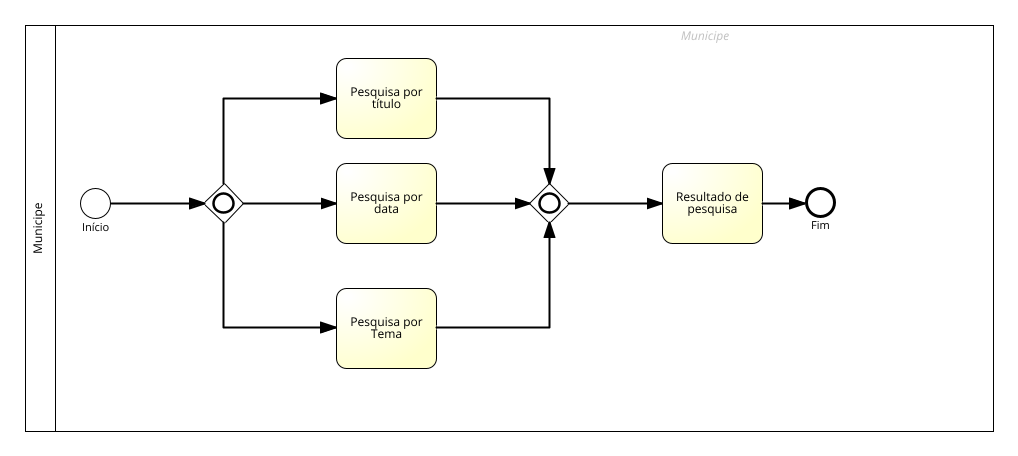
Municip-io-org/Municip.io keeps this BPMN diagram as BPMNs/Biblioteca/Images/RFB3.png. Above is the earlier version. Its source is kept beside it as BPMNs/Biblioteca/RFB3.bpmn. Ids are renumbered.
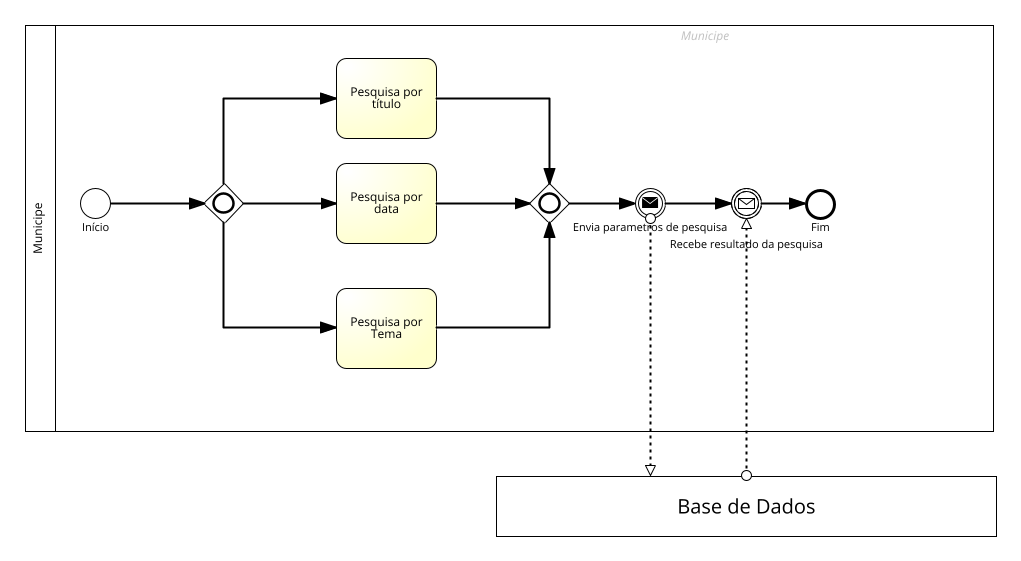
The same file after the commit.

Diff of the diagram source:
```diff
@@ -1,3 +1,3 @@
-<?xml version="1.0" encoding="UTF-8"?><definitions xmlns="http://www.omg.org/spec/BPMN/20100524/MODEL" xmlns:bpmndi="http://www.omg.org/spec/BPMN/20100524/DI" xmlns:omgdc="http://www.omg.org/spec/DD/20100524/DC" xmlns:omgdi="http://www.omg.org/spec/DD/20100524/DI" xmlns:signavio="http://www.signavio.com" xmlns:xsi="http://www.w3.org/2001/XMLSchema-instance" exporter="Signavio Process Editor, http://www.signavio.com" exporterVersion="17.8.2" expressionLanguage="http://www.w3.org/TR/XPath" id="sid-01f83fcd-2674-4302-8e26-ab4bb657c337" targetNamespace="http://www.signavio.com" typeLanguage="http://www.w3.org/2001/XMLSchema" xsi:schemaLocation="http://www.omg.org/spec/BPMN/20100524/MODEL http://www.omg.org/spec/BPMN/2.0/20100501/BPMN20.xsd">
-   <collaboration id="sid-bb515988-147d-4ee6-9f11-72d6b96b177f">
+<?xml version="1.0" encoding="UTF-8"?><definitions xmlns="http://www.omg.org/spec/BPMN/20100524/MODEL" xmlns:bpmndi="http://www.omg.org/spec/BPMN/20100524/DI" xmlns:omgdc="http://www.omg.org/spec/DD/20100524/DC" xmlns:omgdi="http://www.omg.org/spec/DD/20100524/DI" xmlns:signavio="http://www.signavio.com" xmlns:xsi="http://www.w3.org/2001/XMLSchema-instance" exporter="Signavio Process Editor, http://www.signavio.com" exporterVersion="17.9.0" expressionLanguage="http://www.w3.org/TR/XPath" id="sid-01f83fcd-2674-4302-8e26-ab4bb657c337" targetNamespace="http://www.signavio.com" typeLanguage="http://www.w3.org/2001/XMLSchema" xsi:schemaLocation="http://www.omg.org/spec/BPMN/20100524/MODEL http://www.omg.org/spec/BPMN/2.0/20100501/BPMN20.xsd">
+   <collaboration id="sid-888ab171-09ce-4260-868a-5a3c7c3bbf64">
       <extensionElements>
@@ -7,3 +7,3 @@
          <signavio:signavioDiagramMetaData metaKey="meta-processowner" metaValue=""/>
-         <signavio:signavioDiagramMetaData metaKey="revisionid" metaValue="842a90fecaa443dda43a1ae1a97a015f"/>
+         <signavio:signavioDiagramMetaData metaKey="revisionid" metaValue="382aa9864bb840d2a668f136ed9f3445"/>
       </extensionElements>
@@ -15,2 +15,18 @@
       </participant>
+      <participant id="sid-139743F6-FF0A-40DA-AC26-042D7D1350D7" name="Base de Dados">
+         <extensionElements>
+            <signavio:signavioMetaData metaKey="bgcolor" metaValue="#ffffff"/>
+            <signavio:signavioMetaData metaKey="bordercolor" metaValue="#000000"/>
+         </extensionElements>
+      </participant>
+      <messageFlow id="sid-262B564C-8092-4297-BD7A-C1EA9416AEDD" name="" sourceRef="sid-139743F6-FF0A-40DA-AC26-042D7D1350D7" targetRef="sid-AF5187FC-FD9A-4846-9DA9-50792CB31BCB">
+         <extensionElements>
+            <signavio:signavioMetaData metaKey="bordercolor" metaValue="#000000"/>
+         </extensionElements>
+      </messageFlow>
+      <messageFlow id="sid-5293F137-BF48-4A41-A876-E9F5D19D0E4F" name="" sourceRef="sid-D005AD4B-2417-4BEE-BF26-1649C2CC1AAE" targetRef="sid-139743F6-FF0A-40DA-AC26-042D7D1350D7">
+         <extensionElements>
+            <signavio:signavioMetaData metaKey="bordercolor" metaValue="#000000"/>
+         </extensionElements>
+      </messageFlow>
    </collaboration>
@@ -18,3 +34,3 @@
       <extensionElements/>
-      <laneSet id="sid-4bb1fc20-d34c-4b91-97a5-cc86a254e856">
+      <laneSet id="sid-9cf78a34-a01e-438e-9044-b7efa4152bb0">
          <lane id="sid-79DD7C98-50C3-4895-9772-B63C937034C0">
@@ -30,7 +46,8 @@
             <flowNodeRef>sid-19B3CEBF-D790-428A-8419-2B91B081E06C</flowNodeRef>
-            <flowNodeRef>sid-438A6A5C-FA7B-4CD7-94CA-E1178056D08B</flowNodeRef>
             <flowNodeRef>sid-E5273A33-800C-478E-873C-D3FE1E12A9DE</flowNodeRef>
+            <flowNodeRef>sid-D005AD4B-2417-4BEE-BF26-1649C2CC1AAE</flowNodeRef>
+            <flowNodeRef>sid-AF5187FC-FD9A-4846-9DA9-50792CB31BCB</flowNodeRef>
          </lane>
       </laneSet>
-      <startEvent id="sid-23EBDCE2-E564-4694-91C2-CC2B1669CE4A" name="Início">
+      <startEvent id="sid-23EBDCE2-E564-4694-91C2-CC2B1669CE4A" isInterrupting="true" name="Início">
          <extensionElements>
@@ -99,17 +116,4 @@
          <incoming>sid-5361D20E-1E65-4542-81BD-E53940BA877E</incoming>
-         <outgoing>sid-0FA5DB7C-0077-4195-B608-50C82D9CA881</outgoing>
+         <outgoing>sid-7EB7637E-715E-4A77-8B98-5AA990221FB6</outgoing>
       </inclusiveGateway>
-      <task completionQuantity="1" id="sid-438A6A5C-FA7B-4CD7-94CA-E1178056D08B" isForCompensation="false" name="Resultado de pesquisa" startQuantity="1">
-         <extensionElements>
-            <signavio:signavioMetaData metaKey="bgcolor" metaValue="#ffffcc"/>
-            <signavio:signavioMetaData metaKey="bordercolor" metaValue="#000000"/>
-            <signavio:signavioMetaData metaKey="erteiltfreigabe" metaValue=""/>
-            <signavio:signavioMetaData metaKey="meta-risks" metaValue=""/>
-            <signavio:signavioMetaData metaKey="wirdkonsultiert" metaValue="[]"/>
-            <signavio:signavioMetaData metaKey="externaldocuments" metaValue="[]"/>
-            <signavio:signavioMetaData metaKey="wirdinformiert" metaValue="[]"/>
-         </extensionElements>
-         <incoming>sid-0FA5DB7C-0077-4195-B608-50C82D9CA881</incoming>
-         <outgoing>sid-0D145FD2-D214-4F6E-BE72-48A9807ECAAA</outgoing>
-      </task>
       <endEvent id="sid-E5273A33-800C-478E-873C-D3FE1E12A9DE" name="Fim">
@@ -120,5 +124,24 @@
          </extensionElements>
-         <incoming>sid-0D145FD2-D214-4F6E-BE72-48A9807ECAAA</incoming>
+         <incoming>sid-98687E42-7CE0-4691-B3F6-98CF32852AAC</incoming>
       </endEvent>
-      <sequenceFlow id="sid-EF8B95B1-B9A8-4F93-80D3-DA0B937FC3F4" name="" sourceRef="sid-23EBDCE2-E564-4694-91C2-CC2B1669CE4A" targetRef="sid-52175AD0-2CDB-4987-857C-CE906236E6E3">
+      <intermediateThrowEvent id="sid-D005AD4B-2417-4BEE-BF26-1649C2CC1AAE" name="Envia parametros de pesquisa">
+         <extensionElements>
+            <signavio:signavioMetaData metaKey="bgcolor" metaValue="#ffffff"/>
+            <signavio:signavioMetaData metaKey="bordercolor" metaValue="#000000"/>
+         </extensionElements>
+         <incoming>sid-7EB7637E-715E-4A77-8B98-5AA990221FB6</incoming>
+         <outgoing>sid-081351AA-0954-40BD-862E-0999AEF655B1</outgoing>
+         <messageEventDefinition id="sid-032b3f34-fd26-43a3-acf7-8a08291a230d"/>
+      </intermediateThrowEvent>
+      <intermediateCatchEvent id="sid-AF5187FC-FD9A-4846-9DA9-50792CB31BCB" name="Recebe resultado da pesquisa">
+         <extensionElements>
+            <signavio:signavioMetaData metaKey="bgcolor" metaValue="#ffffff"/>
+            <signavio:signavioMetaData metaKey="bordercolor" metaValue="#000000"/>
+            <signavio:signavioLabel ref="text_name" valign="middle" x="15.0" y="56.0"/>
+         </extensionElements>
+         <incoming>sid-081351AA-0954-40BD-862E-0999AEF655B1</incoming>
+         <outgoing>sid-98687E42-7CE0-4691-B3F6-98CF32852AAC</outgoing>
+         <messageEventDefinition id="sid-b467c082-1ae4-4ac2-ab96-98da0c6f094f"/>
+      </intermediateCatchEvent>
+      <sequenceFlow id="sid-EF8B95B1-B9A8-4F93-80D3-DA0B937FC3F4" isImmediate="true" name="" sourceRef="sid-23EBDCE2-E564-4694-91C2-CC2B1669CE4A" targetRef="sid-52175AD0-2CDB-4987-857C-CE906236E6E3">
          <extensionElements>
@@ -127,3 +150,3 @@
       </sequenceFlow>
-      <sequenceFlow id="sid-55006908-8849-4686-9995-6B737DA9CBF8" name="" sourceRef="sid-52175AD0-2CDB-4987-857C-CE906236E6E3" targetRef="sid-5FBA6143-CCF8-49A1-B095-9711C110CF6E">
+      <sequenceFlow id="sid-55006908-8849-4686-9995-6B737DA9CBF8" isImmediate="true" name="" sourceRef="sid-52175AD0-2CDB-4987-857C-CE906236E6E3" targetRef="sid-5FBA6143-CCF8-49A1-B095-9711C110CF6E">
          <extensionElements>
@@ -132,3 +155,3 @@
       </sequenceFlow>
-      <sequenceFlow id="sid-75D24465-E25D-4869-9665-28081515B4BB" name="" sourceRef="sid-52175AD0-2CDB-4987-857C-CE906236E6E3" targetRef="sid-FEF6FCA2-50D6-40E6-A160-61CBD7EB9184">
+      <sequenceFlow id="sid-75D24465-E25D-4869-9665-28081515B4BB" isImmediate="true" name="" sourceRef="sid-52175AD0-2CDB-4987-857C-CE906236E6E3" targetRef="sid-FEF6FCA2-50D6-40E6-A160-61CBD7EB9184">
          <extensionElements>
@@ -137,3 +160,3 @@
       </sequenceFlow>
-      <sequenceFlow id="sid-8C60B09A-BC9E-43FE-AC3A-350A942EEF8E" name="" sourceRef="sid-52175AD0-2CDB-4987-857C-CE906236E6E3" targetRef="sid-803F067C-03AC-4BF0-A2C5-149737830F3D">
+      <sequenceFlow id="sid-8C60B09A-BC9E-43FE-AC3A-350A942EEF8E" isImmediate="true" name="" sourceRef="sid-52175AD0-2CDB-4987-857C-CE906236E6E3" targetRef="sid-803F067C-03AC-4BF0-A2C5-149737830F3D">
          <extensionElements>
@@ -142,3 +165,3 @@
       </sequenceFlow>
-      <sequenceFlow id="sid-97B83CDE-CBB9-4BD9-B744-378B5C880B12" name="" sourceRef="sid-FEF6FCA2-50D6-40E6-A160-61CBD7EB9184" targetRef="sid-19B3CEBF-D790-428A-8419-2B91B081E06C">
+      <sequenceFlow id="sid-97B83CDE-CBB9-4BD9-B744-378B5C880B12" isImmediate="true" name="" sourceRef="sid-FEF6FCA2-50D6-40E6-A160-61CBD7EB9184" targetRef="sid-19B3CEBF-D790-428A-8419-2B91B081E06C">
          <extensionElements>
@@ -147,3 +170,3 @@
       </sequenceFlow>
-      <sequenceFlow id="sid-7E8379F4-1B25-47B1-A117-7E0C5DF4F6AD" name="" sourceRef="sid-5FBA6143-CCF8-49A1-B095-9711C110CF6E" targetRef="sid-19B3CEBF-D790-428A-8419-2B91B081E06C">
+      <sequenceFlow id="sid-7E8379F4-1B25-47B1-A117-7E0C5DF4F6AD" isImmediate="true" name="" sourceRef="sid-5FBA6143-CCF8-49A1-B095-9711C110CF6E" targetRef="sid-19B3CEBF-D790-428A-8419-2B91B081E06C">
          <extensionElements>
@@ -152,3 +175,3 @@
       </sequenceFlow>
-      <sequenceFlow id="sid-5361D20E-1E65-4542-81BD-E53940BA877E" name="" sourceRef="sid-803F067C-03AC-4BF0-A2C5-149737830F3D" targetRef="sid-19B3CEBF-D790-428A-8419-2B91B081E06C">
+      <sequenceFlow id="sid-5361D20E-1E65-4542-81BD-E53940BA877E" isImmediate="true" name="" sourceRef="sid-803F067C-03AC-4BF0-A2C5-149737830F3D" targetRef="sid-19B3CEBF-D790-428A-8419-2B91B081E06C">
          <extensionElements>
@@ -157,3 +180,3 @@
       </sequenceFlow>
-      <sequenceFlow id="sid-0FA5DB7C-0077-4195-B608-50C82D9CA881" name="" sourceRef="sid-19B3CEBF-D790-428A-8419-2B91B081E06C" targetRef="sid-438A6A5C-FA7B-4CD7-94CA-E1178056D08B">
+      <sequenceFlow id="sid-7EB7637E-715E-4A77-8B98-5AA990221FB6" name="" sourceRef="sid-19B3CEBF-D790-428A-8419-2B91B081E06C" targetRef="sid-D005AD4B-2417-4BEE-BF26-1649C2CC1AAE">
          <extensionElements>
@@ -162,3 +185,8 @@
       </sequenceFlow>
-      <sequenceFlow id="sid-0D145FD2-D214-4F6E-BE72-48A9807ECAAA" name="" sourceRef="sid-438A6A5C-FA7B-4CD7-94CA-E1178056D08B" targetRef="sid-E5273A33-800C-478E-873C-D3FE1E12A9DE">
+      <sequenceFlow id="sid-081351AA-0954-40BD-862E-0999AEF655B1" name="" sourceRef="sid-D005AD4B-2417-4BEE-BF26-1649C2CC1AAE" targetRef="sid-AF5187FC-FD9A-4846-9DA9-50792CB31BCB">
+         <extensionElements>
+            <signavio:signavioMetaData metaKey="bordercolor" metaValue="#000000"/>
+         </extensionElements>
+      </sequenceFlow>
+      <sequenceFlow id="sid-98687E42-7CE0-4691-B3F6-98CF32852AAC" name="" sourceRef="sid-AF5187FC-FD9A-4846-9DA9-50792CB31BCB" targetRef="sid-E5273A33-800C-478E-873C-D3FE1E12A9DE">
          <extensionElements>
@@ -168,8 +196,14 @@
    </process>
-   <bpmndi:BPMNDiagram id="sid-97a6ed1d-651a-456c-85ad-ad8da8c401a4">
-      <bpmndi:BPMNPlane bpmnElement="sid-bb515988-147d-4ee6-9f11-72d6b96b177f" id="sid-76560875-60fa-4b43-a558-221aadb09316">
+   <bpmndi:BPMNDiagram id="sid-c1f82f19-08e5-4027-8ed3-1cf8dcdea004">
+      <bpmndi:BPMNPlane bpmnElement="sid-888ab171-09ce-4260-868a-5a3c7c3bbf64" id="sid-f0b0135b-d275-4af5-ad7f-c271a154693a">
          <bpmndi:BPMNShape bpmnElement="sid-01CED57F-482C-4C88-99BA-8DB8F8902F24" id="sid-01CED57F-482C-4C88-99BA-8DB8F8902F24_gui" isHorizontal="true">
             <omgdc:Bounds height="406.4580133353584" width="968.0387464839753" x="354.2673101344887" y="322.06119583043915"/>
-            <bpmndi:BPMNLabel labelStyle="sid-dc72417b-6e08-4e9c-9d6d-c2601205acb0">
+            <bpmndi:BPMNLabel labelStyle="sid-2aae1583-ab65-480a-8b23-223b628f52ef">
                <omgdc:Bounds height="45.514286041259766" width="12.0" x="359.2673073730595" y="502.53305947748845"/>
+            </bpmndi:BPMNLabel>
+         </bpmndi:BPMNShape>
+         <bpmndi:BPMNShape bpmnElement="sid-139743F6-FF0A-40DA-AC26-042D7D1350D7" id="sid-139743F6-FF0A-40DA-AC26-042D7D1350D7_gui" isHorizontal="true">
+            <omgdc:Bounds height="60.0" width="500.0" x="825.6392630368509" y="773.5192091657975"/>
+            <bpmndi:BPMNLabel labelStyle="sid-2aae1583-ab65-480a-8b23-223b628f52ef">
+               <omgdc:Bounds height="20.0" width="136.28570556640625" x="1007.4964102536478" y="790.5192091657975"/>
             </bpmndi:BPMNLabel>
@@ -181,3 +215,3 @@
             <omgdc:Bounds height="30.0" width="30.0" x="409.83606320437514" y="485.0611886024642"/>
-            <bpmndi:BPMNLabel labelStyle="sid-2fa0d2e5-d187-40e9-a731-f915abdceb5c">
+            <bpmndi:BPMNLabel labelStyle="sid-3dd5dc6a-3202-4156-8877-e5860024e717">
                <omgdc:Bounds height="11.0" width="29.700000762939453" x="409.9860628229054" y="517.0611886024642"/>
@@ -190,3 +224,3 @@
             <omgdc:Bounds height="80.0" width="100.0" x="665.7376912067355" y="355.06118338614607"/>
-            <bpmndi:BPMNLabel labelStyle="sid-dc72417b-6e08-4e9c-9d6d-c2601205acb0">
+            <bpmndi:BPMNLabel labelStyle="sid-2aae1583-ab65-480a-8b23-223b628f52ef">
                <omgdc:Bounds height="24.0" width="69.42857360839844" x="681.0234044025362" y="381.06118338614607"/>
@@ -195,4 +229,4 @@
          <bpmndi:BPMNShape bpmnElement="sid-FEF6FCA2-50D6-40E6-A160-61CBD7EB9184" id="sid-FEF6FCA2-50D6-40E6-A160-61CBD7EB9184_gui">
-            <omgdc:Bounds height="80.0" width="100.0" x="665.737681286471" y="460.06118174701834"/>
-            <bpmndi:BPMNLabel labelStyle="sid-dc72417b-6e08-4e9c-9d6d-c2601205acb0">
+            <omgdc:Bounds height="79.99999999999994" width="100.0" x="665.737681286471" y="460.06118174701834"/>
+            <bpmndi:BPMNLabel labelStyle="sid-2aae1583-ab65-480a-8b23-223b628f52ef">
                <omgdc:Bounds height="24.0" width="69.42857360839844" x="681.0233944822718" y="486.06118174701834"/>
@@ -202,3 +236,3 @@
             <omgdc:Bounds height="80.0" width="100.0" x="665.737681286471" y="585.0611730289274"/>
-            <bpmndi:BPMNLabel labelStyle="sid-dc72417b-6e08-4e9c-9d6d-c2601205acb0">
+            <bpmndi:BPMNLabel labelStyle="sid-2aae1583-ab65-480a-8b23-223b628f52ef">
                <omgdc:Bounds height="24.0" width="69.42857360839844" x="681.0233944822718" y="611.0611730289274"/>
@@ -207,14 +241,20 @@
          <bpmndi:BPMNShape bpmnElement="sid-19B3CEBF-D790-428A-8419-2B91B081E06C" id="sid-19B3CEBF-D790-428A-8419-2B91B081E06C_gui">
-            <omgdc:Bounds height="40.0" width="39.99999999999994" x="858.6884874523278" y="480.0611815235009"/>
+            <omgdc:Bounds height="40.0" width="39.99999999999994" x="858.6884874523278" y="480.06118152350086"/>
          </bpmndi:BPMNShape>
-         <bpmndi:BPMNShape bpmnElement="sid-438A6A5C-FA7B-4CD7-94CA-E1178056D08B" id="sid-438A6A5C-FA7B-4CD7-94CA-E1178056D08B_gui">
-            <omgdc:Bounds height="80.0" width="100.0" x="991.6392788416076" y="460.06118182152414"/>
-            <bpmndi:BPMNLabel labelStyle="sid-dc72417b-6e08-4e9c-9d6d-c2601205acb0">
-               <omgdc:Bounds height="24.0" width="70.97142791748047" x="1006.1535648828674" y="486.06118182152414"/>
+         <bpmndi:BPMNShape bpmnElement="sid-E5273A33-800C-478E-873C-D3FE1E12A9DE" id="sid-E5273A33-800C-478E-873C-D3FE1E12A9DE_gui">
+            <omgdc:Bounds height="26.0" width="26.0" x="1135.6392788416076" y="487.06118141919285"/>
+            <bpmndi:BPMNLabel labelStyle="sid-3dd5dc6a-3202-4156-8877-e5860024e717">
+               <omgdc:Bounds height="11.0" width="16.97142791748047" x="1141.1535648828674" y="517.0611814191928"/>
             </bpmndi:BPMNLabel>
          </bpmndi:BPMNShape>
-         <bpmndi:BPMNShape bpmnElement="sid-E5273A33-800C-478E-873C-D3FE1E12A9DE" id="sid-E5273A33-800C-478E-873C-D3FE1E12A9DE_gui">
-            <omgdc:Bounds height="28.0" width="28.0" x="1136.6392788416076" y="486.06118182152414"/>
-            <bpmndi:BPMNLabel labelStyle="sid-2fa0d2e5-d187-40e9-a731-f915abdceb5c">
-               <omgdc:Bounds height="11.0" width="16.97142791748047" x="1142.1535648828674" y="516.0611818215241"/>
+         <bpmndi:BPMNShape bpmnElement="sid-D005AD4B-2417-4BEE-BF26-1649C2CC1AAE" id="sid-D005AD4B-2417-4BEE-BF26-1649C2CC1AAE_gui">
+            <omgdc:Bounds height="30.0" width="30.0" x="964.3277504891787" y="485.06117429552614"/>
+            <bpmndi:BPMNLabel labelStyle="sid-3dd5dc6a-3202-4156-8877-e5860024e717">
+               <omgdc:Bounds height="11.0" width="149.91429138183594" x="904.3706047982607" y="517.0611742955261"/>
+            </bpmndi:BPMNLabel>
+         </bpmndi:BPMNShape>
+         <bpmndi:BPMNShape bpmnElement="sid-AF5187FC-FD9A-4846-9DA9-50792CB31BCB" id="sid-AF5187FC-FD9A-4846-9DA9-50792CB31BCB_gui">
+            <omgdc:Bounds height="30.0" width="30.0" x="1060.639263036851" y="485.06117429552614"/>
+            <bpmndi:BPMNLabel labelStyle="sid-3dd5dc6a-3202-4156-8877-e5860024e717">
+               <omgdc:Bounds height="11.0" width="148.5" x="1001.3892630368509" y="534.0611742955261"/>
             </bpmndi:BPMNLabel>
@@ -222,8 +262,8 @@
          <bpmndi:BPMNEdge bpmnElement="sid-EF8B95B1-B9A8-4F93-80D3-DA0B937FC3F4" id="sid-EF8B95B1-B9A8-4F93-80D3-DA0B937FC3F4_gui">
-            <omgdi:waypoint x="439.83606320437514" y="500.11957671690544"/>
-            <omgdi:waypoint x="532.7868821656876" y="500.4813915872336"/>
+            <omgdi:waypoint x="439.83606320437514" y="500.0611886111987"/>
+            <omgdi:waypoint x="532.7868821656876" y="500.061188665324"/>
          </bpmndi:BPMNEdge>
          <bpmndi:BPMNEdge bpmnElement="sid-55006908-8849-4686-9995-6B737DA9CBF8" id="sid-55006908-8849-4686-9995-6B737DA9CBF8_gui">
-            <omgdi:waypoint x="553.2868821656876" y="480.06118867697"/>
-            <omgdi:waypoint x="553.2868821656876" y="395.06118338614607"/>
+            <omgdi:waypoint x="552.7868821656876" y="480.06118867697"/>
+            <omgdi:waypoint x="552.7868821656876" y="395.06118338614607"/>
             <omgdi:waypoint x="665.7376912067355" y="395.06118338614607"/>
@@ -231,3 +271,3 @@
          <bpmndi:BPMNEdge bpmnElement="sid-75D24465-E25D-4869-9665-28081515B4BB" id="sid-75D24465-E25D-4869-9665-28081515B4BB_gui">
-            <omgdi:waypoint x="572.7868821656876" y="500.50116967314347"/>
+            <omgdi:waypoint x="572.7868821656876" y="500.08843734680727"/>
             <omgdi:waypoint x="665.737681286471" y="500.2150766286249"/>
@@ -235,4 +275,4 @@
          <bpmndi:BPMNEdge bpmnElement="sid-8C60B09A-BC9E-43FE-AC3A-350A942EEF8E" id="sid-8C60B09A-BC9E-43FE-AC3A-350A942EEF8E_gui">
-            <omgdi:waypoint x="553.2868821656876" y="520.06118867697"/>
-            <omgdi:waypoint x="553.2868821656876" y="625.0611730289274"/>
+            <omgdi:waypoint x="552.7868821656876" y="520.06118867697"/>
+            <omgdi:waypoint x="552.7868821656876" y="625.0611730289274"/>
             <omgdi:waypoint x="665.737681286471" y="625.0611730289274"/>
@@ -241,3 +281,3 @@
             <omgdi:waypoint x="765.737681286471" y="500.21413289734033"/>
-            <omgdi:waypoint x="858.6884874523278" y="500.4984715518689"/>
+            <omgdi:waypoint x="858.6884874523278" y="500.0882643534569"/>
          </bpmndi:BPMNEdge>
@@ -245,4 +285,4 @@
             <omgdi:waypoint x="765.7376912067355" y="395.06118338614607"/>
-            <omgdi:waypoint x="879.1884874523278" y="395.06118338614607"/>
-            <omgdi:waypoint x="879.1884874523278" y="480.0611815235009"/>
+            <omgdi:waypoint x="878.6884874523278" y="395.06118338614607"/>
+            <omgdi:waypoint x="878.6884874523278" y="480.06118152350086"/>
          </bpmndi:BPMNEdge>
@@ -250,18 +290,30 @@
             <omgdi:waypoint x="765.737681286471" y="625.0611730289274"/>
-            <omgdi:waypoint x="879.1884874523278" y="625.0611730289274"/>
-            <omgdi:waypoint x="879.1884874523278" y="520.0611815235009"/>
+            <omgdi:waypoint x="878.6884874523278" y="625.0611730289274"/>
+            <omgdi:waypoint x="878.6884874523278" y="520.0611815235009"/>
          </bpmndi:BPMNEdge>
-         <bpmndi:BPMNEdge bpmnElement="sid-0FA5DB7C-0077-4195-B608-50C82D9CA881" id="sid-0FA5DB7C-0077-4195-B608-50C82D9CA881_gui">
-            <omgdi:waypoint x="898.6884874523278" y="500.50116338443763"/>
-            <omgdi:waypoint x="991.6392788416076" y="500.21507448578905"/>
+         <bpmndi:BPMNEdge bpmnElement="sid-7EB7637E-715E-4A77-8B98-5AA990221FB6" id="sid-7EB7637E-715E-4A77-8B98-5AA990221FB6_gui">
+            <omgdi:waypoint x="898.6884874523278" y="500.46381570863645"/>
+            <omgdi:waypoint x="964.3277504891787" y="500.1360710761911"/>
          </bpmndi:BPMNEdge>
-         <bpmndi:BPMNEdge bpmnElement="sid-0D145FD2-D214-4F6E-BE72-48A9807ECAAA" id="sid-0D145FD2-D214-4F6E-BE72-48A9807ECAAA_gui">
-            <omgdi:waypoint x="1091.6392788416076" y="500.06118182152414"/>
-            <omgdi:waypoint x="1136.6392788416076" y="500.06118182152414"/>
+         <bpmndi:BPMNEdge bpmnElement="sid-081351AA-0954-40BD-862E-0999AEF655B1" id="sid-081351AA-0954-40BD-862E-0999AEF655B1_gui">
+            <omgdi:waypoint x="994.3277504891787" y="500.06117429552614"/>
+            <omgdi:waypoint x="1060.639263036851" y="500.06117429552614"/>
+         </bpmndi:BPMNEdge>
+         <bpmndi:BPMNEdge bpmnElement="sid-98687E42-7CE0-4691-B3F6-98CF32852AAC" id="sid-98687E42-7CE0-4691-B3F6-98CF32852AAC_gui">
+            <omgdi:waypoint x="1090.639263036851" y="500.06117575929295"/>
+            <omgdi:waypoint x="1135.6392788416076" y="500.06118015059496"/>
+         </bpmndi:BPMNEdge>
+         <bpmndi:BPMNEdge bpmnElement="sid-262B564C-8092-4297-BD7A-C1EA9416AEDD" id="sid-262B564C-8092-4297-BD7A-C1EA9416AEDD_gui">
+            <omgdi:waypoint x="1075.639263036851" y="773.5192091657975"/>
+            <omgdi:waypoint x="1075.639263036851" y="515.0611742955261"/>
+         </bpmndi:BPMNEdge>
+         <bpmndi:BPMNEdge bpmnElement="sid-5293F137-BF48-4A41-A876-E9F5D19D0E4F" id="sid-5293F137-BF48-4A41-A876-E9F5D19D0E4F_gui">
+            <omgdi:waypoint x="979.3277504891787" y="515.0611742955261"/>
+            <omgdi:waypoint x="979.3277504891787" y="773.5192091657975"/>
          </bpmndi:BPMNEdge>
       </bpmndi:BPMNPlane>
-      <bpmndi:BPMNLabelStyle id="sid-2fa0d2e5-d187-40e9-a731-f915abdceb5c">
+      <bpmndi:BPMNLabelStyle id="sid-3dd5dc6a-3202-4156-8877-e5860024e717">
          <omgdc:Font isBold="false" isItalic="false" isStrikeThrough="false" isUnderline="false" name="Arial" size="11.0"/>
       </bpmndi:BPMNLabelStyle>
-      <bpmndi:BPMNLabelStyle id="sid-dc72417b-6e08-4e9c-9d6d-c2601205acb0">
+      <bpmndi:BPMNLabelStyle id="sid-2aae1583-ab65-480a-8b23-223b628f52ef">
          <omgdc:Font isBold="false" isItalic="false" isStrikeThrough="false" isUnderline="false" name="Arial" size="12.0"/>
```
